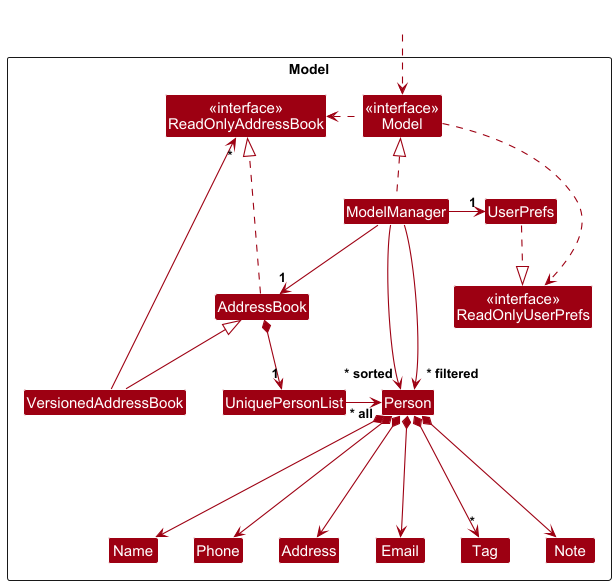
Before: docs/images/ModelClassDiagram.png, a diagram exported from PlantUML (carineang/tp).
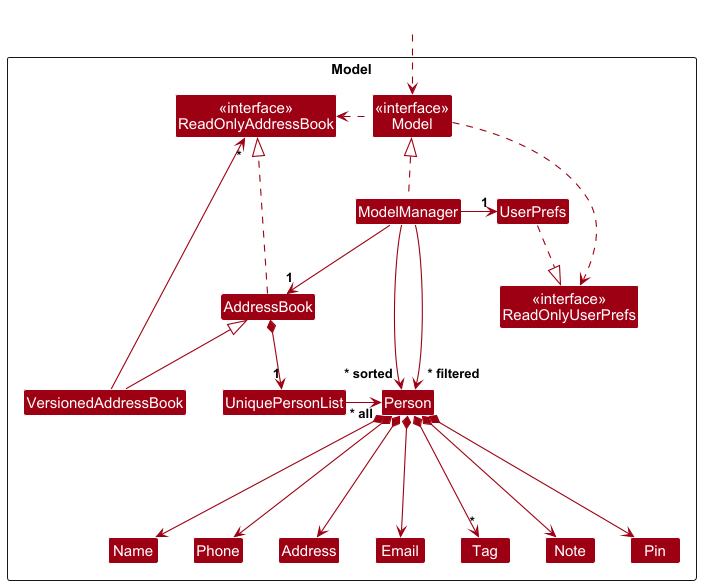
After the commit.

Commit message:
Add pin to ModelClassDiagram

Diff of the diagram source:
```diff
@@ -20,6 +20,7 @@
 Class Phone
 Class Tag
 Class Note
+Class Pin
 Class VersionedAddressBook
 
 Class I #FFFFFF
@@ -46,8 +47,9 @@
 Person *--down-> Phone
 Person *--down-> Email
 Person *--down-> Address
+Person *--down-> Note
+Person *--down-> Pin
 Person *--down-> "*" Tag
-Person *--down-> Note
 
 Person -[hidden]--> I
 UniquePersonList -[hidden]-> I
```
